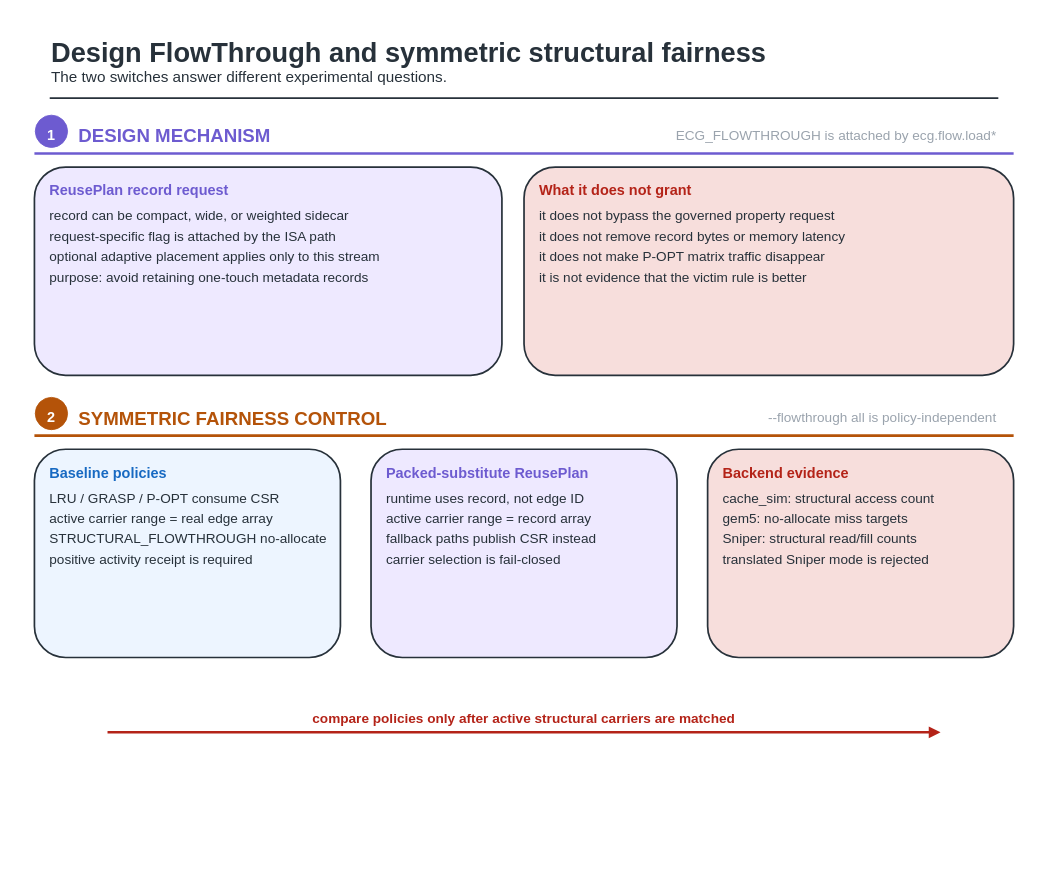
Earlier version of the draw.io diagram fig/wiki_src/reuse-plan-flowthrough/reuse-plan-flowthrough-f06-structural-fairness.drawio (UVA-LavaLab/ECG_GrAPL). Source tidied: cells renumbered, new cells numbered last; positions are measured from the earlier drawing's top-left corner, leaving out a move shared by most shapes. Both pictures are drawn from the tidied source at 85%, with x=0, y=0 at pixel (14, 14).
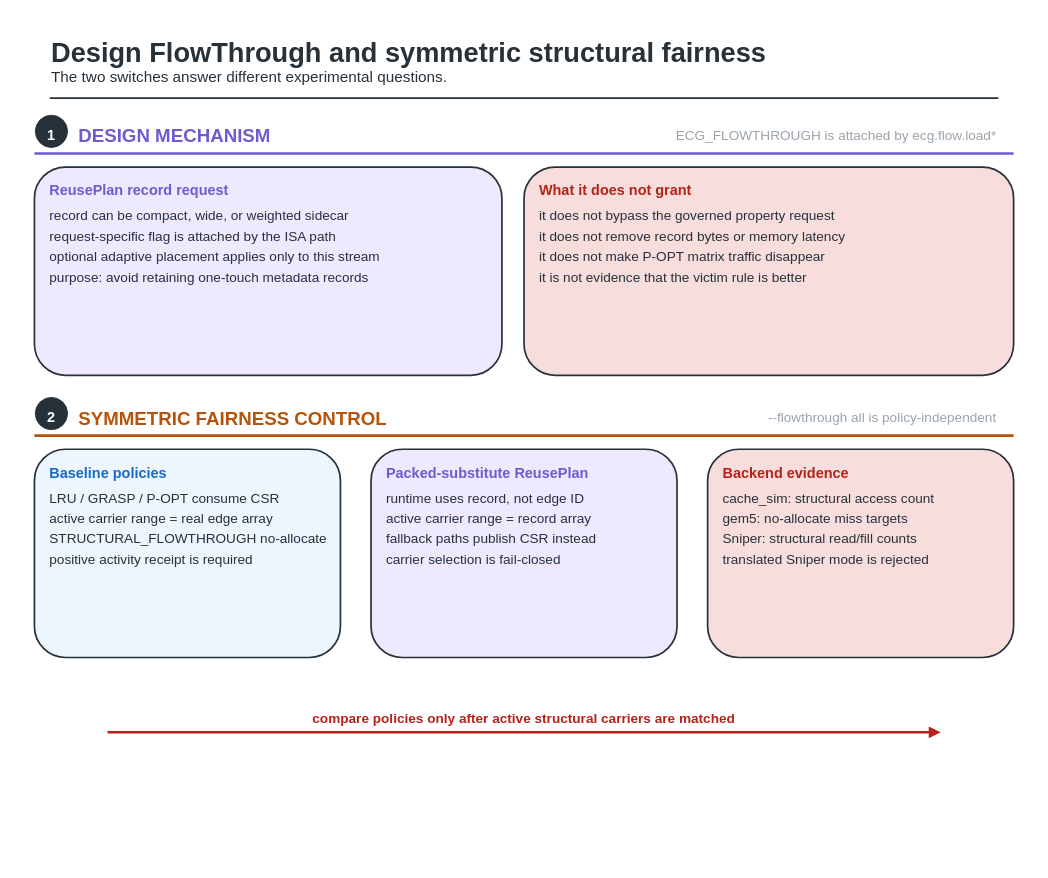
Above is the later version.

Diff of the diagram source:
```diff
@@
-    <mxCell id="6" style="ellipse;html=0;fillColor=#6D5BD0;strokeColor=#6D5BD0;strokeWidth=1;" parent="1" vertex="1">
+    <mxCell id="6" style="ellipse;html=0;fillColor=#27313A;strokeColor=#27313A;strokeWidth=1;" parent="1" vertex="1">
       <mxGeometry x="25" y="119" width="38" height="38" as="geometry" />
     </mxCell>
@@
-    <mxCell id="23" style="ellipse;html=0;fillColor=#B45309;strokeColor=#B45309;strokeWidth=1;" parent="1" vertex="1">
+    <mxCell id="23" style="ellipse;html=0;fillColor=#27313A;strokeColor=#27313A;strokeWidth=1;" parent="1" vertex="1">
       <mxGeometry x="25" y="451" width="38" height="38" as="geometry" />
     </mxCell>
```
